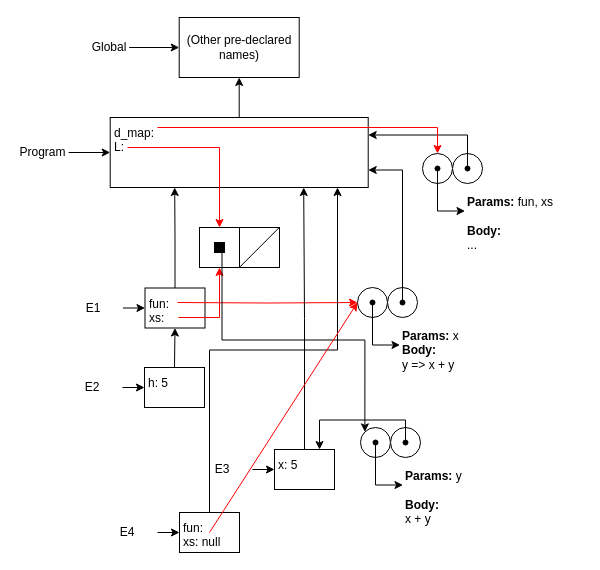
Above: page "Question 3" (3 of 3) of Environment model.drawio in JingYenLoh/drawio (draw.io), before the change. Source tidied: cells renumbered, new cells numbered last; positions are measured from the earlier drawing's top-left corner, leaving out a move shared by most shapes. Both pictures are drawn from the tidied source at 100%, with x=0, y=0 at pixel (17, 17).
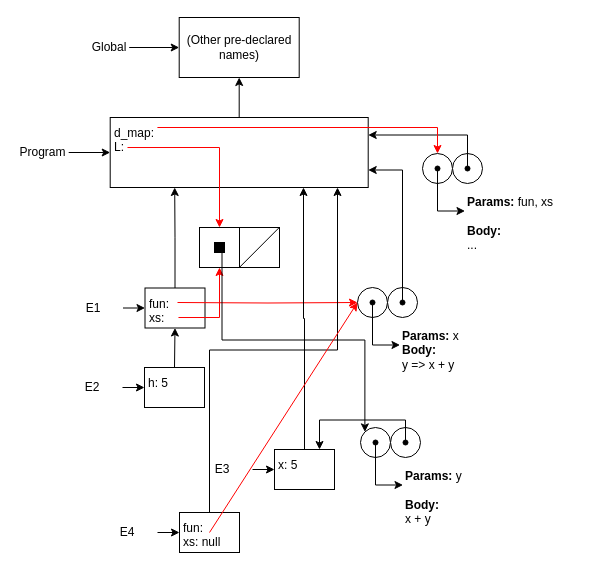
The same page after the edit.

The change refers to these unchanged cells:
```xml
<mxCell id="7" value="&lt;div&gt;d_map:&lt;/div&gt;&lt;div&gt;L:&lt;br&gt;&lt;/div&gt;" style="rounded=0;whiteSpace=wrap;html=1;align=left;verticalAlign=top;spacingLeft=0;spacingTop=0;spacingBottom=0;spacingRight=0;spacing=4;" parent="6" vertex="1">
  <mxGeometry x="92" width="258" height="70" as="geometry" />
</mxCell>
<mxCell id="60" value="x: 5" style="rounded=0;whiteSpace=wrap;html=1;align=left;verticalAlign=top;spacingLeft=0;spacingTop=0;spacingBottom=0;spacingRight=0;spacing=4;" parent="59" vertex="1">
  <mxGeometry x="82" width="60" height="40" as="geometry" />
</mxCell>
```

The edit, as a diff of the source:
```diff
@@
-    <mxCell id="63" style="edgeStyle=orthogonalEdgeStyle;rounded=0;jettySize=auto;html=1;exitX=0.5;exitY=0;exitDx=0;exitDy=0;entryX=0.75;entryY=1;entryDx=0;entryDy=0;strokeColor=#000000;" parent="1" edge="1" source="60" target="7">
+    <mxCell id="63" style="edgeStyle=orthogonalEdgeStyle;rounded=0;orthogonalLoop=1;jettySize=auto;html=1;exitX=0.5;exitY=0;exitDx=0;exitDy=0;entryX=0.75;entryY=1;entryDx=0;entryDy=0;strokeColor=#000000;" parent="1" edge="1">
       <mxGeometry relative="1" as="geometry">
+        <mxPoint x="287" y="432" as="sourcePoint" />
+        <mxPoint x="286" y="170" as="targetPoint" />
         <Array as="points">
           <mxPoint x="287" y="301" />
         </Array>
       </mxGeometry>
     </mxCell>
```
